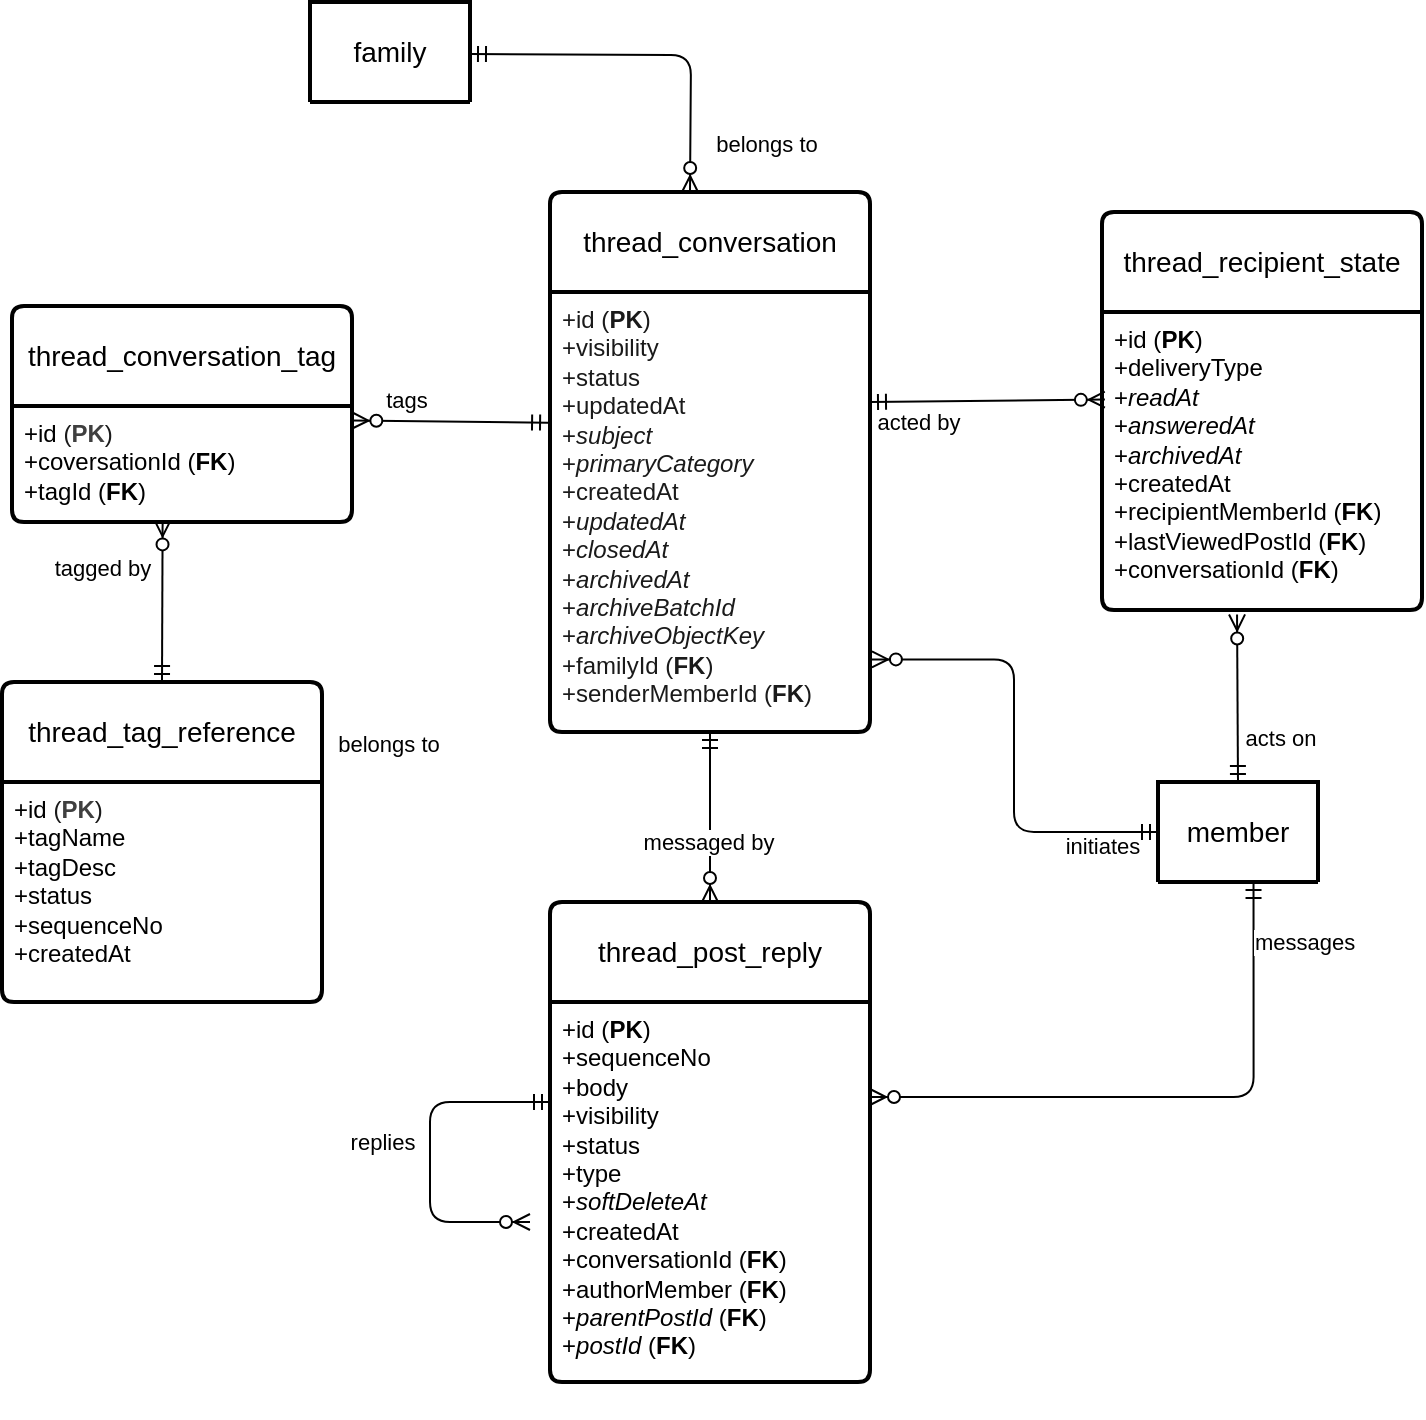
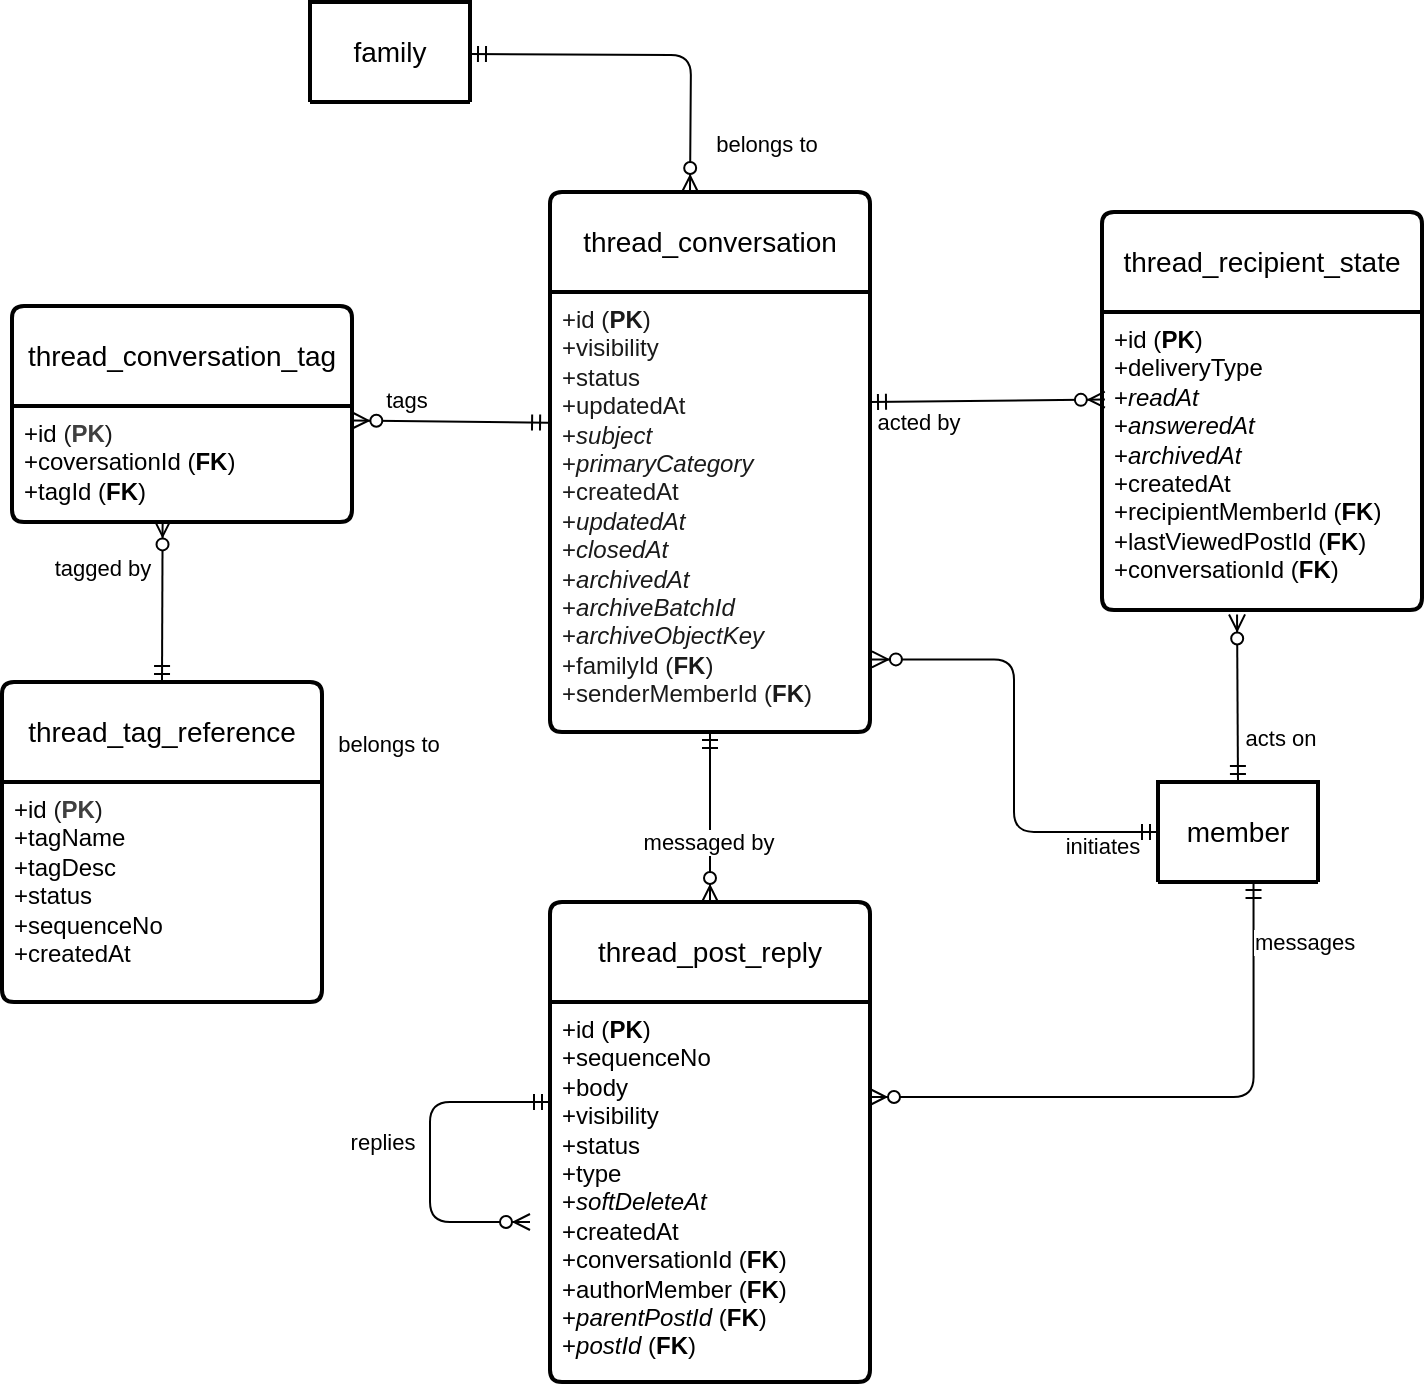
<mxfile host="65bd71144e">
    <diagram id="dIR63-4ekWE_VDctrdEv" name="Page-1">
-         <mxGraphModel dx="731" dy="713" grid="1" gridSize="10" guides="1" tooltips="1" connect="1" arrows="1" fold="1" page="1" pageScale="1" pageWidth="1100" pageHeight="850" math="0" shadow="0">
+         <mxGraphModel dx="666" dy="609" grid="1" gridSize="10" guides="1" tooltips="1" connect="1" arrows="1" fold="1" page="1" pageScale="1" pageWidth="1100" pageHeight="850" math="0" shadow="0">
            <root>
                <mxCell id="0"/>
                <mxCell id="1" parent="0"/>
                <mxCell id="6" value="family" style="swimlane;childLayout=stackLayout;horizontal=1;startSize=50;horizontalStack=0;rounded=1;fontSize=14;fontStyle=0;strokeWidth=2;resizeParent=0;resizeLast=1;shadow=0;dashed=0;align=center;arcSize=4;whiteSpace=wrap;html=1;" parent="1" vertex="1" collapsed="1">
                    <mxGeometry x="200" y="60" width="80" height="50" as="geometry">
                        <mxRectangle x="160" y="230" width="160" height="120" as="alternateBounds"/>
                    </mxGeometry>
                </mxCell>
                <mxCell id="7" value="+id&lt;br&gt;+name&lt;br&gt;+status" style="align=left;strokeColor=none;fillColor=none;spacingLeft=4;fontSize=12;verticalAlign=top;resizable=0;rotatable=0;part=1;html=1;" parent="6" vertex="1">
                    <mxGeometry y="50" width="160" height="70" as="geometry"/>
                </mxCell>
                <mxCell id="8" value="thread_conversation" style="swimlane;childLayout=stackLayout;horizontal=1;startSize=50;horizontalStack=0;rounded=1;fontSize=14;fontStyle=0;strokeWidth=2;resizeParent=0;resizeLast=1;shadow=0;dashed=0;align=center;arcSize=4;whiteSpace=wrap;html=1;" parent="1" vertex="1">
                    <mxGeometry x="320" y="155" width="160" height="270" as="geometry">
                        <mxRectangle x="420" y="130" width="160" height="50" as="alternateBounds"/>
                    </mxGeometry>
                </mxCell>
                <mxCell id="9" value="&lt;font style=&quot;color: rgb(26, 26, 26);&quot;&gt;+id (&lt;b&gt;PK&lt;/b&gt;)&lt;br&gt;+visibility&lt;br&gt;+status&lt;/font&gt;&lt;div&gt;&lt;font style=&quot;color: rgb(26, 26, 26);&quot;&gt;+updatedAt&lt;/font&gt;&lt;/div&gt;&lt;div&gt;&lt;font style=&quot;color: rgb(26, 26, 26);&quot;&gt;+&lt;i&gt;subject&lt;/i&gt;&lt;/font&gt;&lt;/div&gt;&lt;div&gt;&lt;font style=&quot;color: rgb(26, 26, 26);&quot;&gt;+&lt;i&gt;primaryCategory&lt;/i&gt;&lt;/font&gt;&lt;/div&gt;&lt;div&gt;&lt;font style=&quot;color: rgb(26, 26, 26);&quot;&gt;+createdAt&lt;/font&gt;&lt;/div&gt;&lt;div&gt;&lt;font style=&quot;color: rgb(26, 26, 26);&quot;&gt;+&lt;i&gt;updatedAt&lt;/i&gt;&lt;/font&gt;&lt;/div&gt;&lt;div&gt;&lt;font style=&quot;color: rgb(26, 26, 26);&quot;&gt;+&lt;i&gt;closedAt&lt;/i&gt;&lt;/font&gt;&lt;/div&gt;&lt;div&gt;&lt;font style=&quot;color: rgb(26, 26, 26);&quot;&gt;+&lt;i&gt;archivedAt&lt;/i&gt;&lt;/font&gt;&lt;/div&gt;&lt;div&gt;&lt;font style=&quot;color: rgb(26, 26, 26);&quot;&gt;+&lt;i&gt;archiveBatchId&lt;/i&gt;&lt;/font&gt;&lt;/div&gt;&lt;div&gt;&lt;font style=&quot;color: rgb(26, 26, 26);&quot;&gt;+&lt;i&gt;archiveObjectKey&lt;/i&gt;&lt;/font&gt;&lt;/div&gt;&lt;div&gt;&lt;font style=&quot;color: rgb(26, 26, 26);&quot;&gt;+familyId (&lt;b&gt;FK&lt;/b&gt;)&lt;/font&gt;&lt;/div&gt;&lt;div&gt;&lt;font style=&quot;color: rgb(26, 26, 26);&quot;&gt;+senderMemberId (&lt;b&gt;FK&lt;/b&gt;)&lt;/font&gt;&lt;/div&gt;&lt;div&gt;&lt;br&gt;&lt;/div&gt;" style="align=left;strokeColor=none;fillColor=none;spacingLeft=4;fontSize=12;verticalAlign=top;resizable=0;rotatable=0;part=1;html=1;" parent="8" vertex="1">
                    <mxGeometry y="50" width="160" height="220" as="geometry"/>
                </mxCell>
                <mxCell id="12" value="" style="fontSize=12;html=1;endArrow=ERzeroToMany;startArrow=ERmandOne;entryX=0.5;entryY=0;entryDx=0;entryDy=0;edgeStyle=orthogonalEdgeStyle;" parent="1" edge="1">
                    <mxGeometry width="100" height="100" relative="1" as="geometry">
                        <mxPoint x="280" y="86" as="sourcePoint"/>
                        <mxPoint x="390" y="155" as="targetPoint"/>
                    </mxGeometry>
                </mxCell>
                <mxCell id="16" value="belongs to" style="edgeLabel;html=1;align=center;verticalAlign=middle;resizable=0;points=[];" parent="12" vertex="1" connectable="0">
                    <mxGeometry x="-0.6255" y="1" relative="1" as="geometry">
                        <mxPoint x="114" y="46" as="offset"/>
                    </mxGeometry>
                </mxCell>
                <mxCell id="13" value="member" style="swimlane;childLayout=stackLayout;horizontal=1;startSize=50;horizontalStack=0;rounded=1;fontSize=14;fontStyle=0;strokeWidth=2;resizeParent=0;resizeLast=1;shadow=0;dashed=0;align=center;arcSize=4;whiteSpace=wrap;html=1;" parent="1" vertex="1" collapsed="1">
                    <mxGeometry x="624" y="450" width="80" height="50" as="geometry">
                        <mxRectangle x="160" y="380" width="160" height="120" as="alternateBounds"/>
                    </mxGeometry>
                </mxCell>
                <mxCell id="14" value="+id&lt;br&gt;+email&lt;br&gt;+status" style="align=left;strokeColor=none;fillColor=none;spacingLeft=4;fontSize=12;verticalAlign=top;resizable=0;rotatable=0;part=1;html=1;" parent="13" vertex="1">
                    <mxGeometry y="50" width="160" height="70" as="geometry"/>
                </mxCell>
                <mxCell id="15" value="" style="fontSize=12;html=1;endArrow=ERzeroToMany;startArrow=ERmandOne;exitX=0;exitY=0.5;exitDx=0;exitDy=0;entryX=1.006;entryY=0.835;entryDx=0;entryDy=0;entryPerimeter=0;edgeStyle=orthogonalEdgeStyle;" parent="1" source="13" target="9" edge="1">
                    <mxGeometry width="100" height="100" relative="1" as="geometry">
                        <mxPoint x="240" y="460" as="sourcePoint"/>
                        <mxPoint x="340" y="460" as="targetPoint"/>
                    </mxGeometry>
                </mxCell>
                <mxCell id="18" value="thread_post_reply" style="swimlane;childLayout=stackLayout;horizontal=1;startSize=50;horizontalStack=0;rounded=1;fontSize=14;fontStyle=0;strokeWidth=2;resizeParent=0;resizeLast=1;shadow=0;dashed=0;align=center;arcSize=4;whiteSpace=wrap;html=1;" parent="1" vertex="1">
                    <mxGeometry x="320" y="510" width="160" height="240" as="geometry">
                        <mxRectangle x="320" y="460" width="160" height="50" as="alternateBounds"/>
                    </mxGeometry>
                </mxCell>
-                 <mxCell id="19" value="+id (&lt;b&gt;PK&lt;/b&gt;)&lt;br&gt;+sequenceNo&lt;br&gt;+body&lt;div&gt;+visibility&lt;/div&gt;&lt;div&gt;+status&lt;/div&gt;&lt;div&gt;+type&lt;/div&gt;&lt;div&gt;+&lt;i&gt;softDeleteAt&lt;/i&gt;&lt;/div&gt;&lt;div&gt;+createdAt&lt;/div&gt;&lt;div&gt;+conversationId (&lt;b&gt;FK&lt;/b&gt;)&lt;/div&gt;&lt;div&gt;+authorMember (&lt;b&gt;FK&lt;/b&gt;)&lt;/div&gt;&lt;div&gt;+&lt;i&gt;parentPostId &lt;/i&gt;(&lt;b&gt;FK&lt;/b&gt;)&lt;/div&gt;&lt;div&gt;+&lt;i&gt;postId &lt;/i&gt;(&lt;b&gt;FK&lt;/b&gt;)&lt;/div&gt;&lt;div&gt;&lt;br&gt;&lt;/div&gt;&lt;div&gt;&lt;br&gt;&lt;/div&gt;" style="align=left;strokeColor=none;fillColor=none;spacingLeft=4;fontSize=12;verticalAlign=top;resizable=0;rotatable=0;part=1;html=1;" parent="18" vertex="1">
+                 <mxCell id="19" value="+id (&lt;b&gt;PK&lt;/b&gt;)&lt;br&gt;+sequenceNo&lt;br&gt;+body&lt;div&gt;+visibility&lt;/div&gt;&lt;div&gt;+status&lt;/div&gt;&lt;div&gt;+type&lt;/div&gt;&lt;div&gt;+&lt;i&gt;softDeleteAt&lt;/i&gt;&lt;/div&gt;&lt;div&gt;+createdAt&lt;/div&gt;&lt;div&gt;+conversationId (&lt;b&gt;FK&lt;/b&gt;)&lt;/div&gt;&lt;div&gt;+authorMember (&lt;b&gt;FK&lt;/b&gt;)&lt;/div&gt;&lt;div&gt;+&lt;i&gt;parentPostId &lt;/i&gt;(&lt;b&gt;FK&lt;/b&gt;)&lt;/div&gt;&lt;div&gt;+&lt;i&gt;postId &lt;/i&gt;(&lt;b&gt;FK&lt;/b&gt;)&lt;/div&gt;" style="align=left;strokeColor=none;fillColor=none;spacingLeft=4;fontSize=12;verticalAlign=top;resizable=0;rotatable=0;part=1;html=1;" parent="18" vertex="1">
                    <mxGeometry y="50" width="160" height="190" as="geometry"/>
                </mxCell>
                <mxCell id="21" value="" style="fontSize=12;html=1;endArrow=ERzeroToMany;startArrow=ERmandOne;exitX=0.597;exitY=1;exitDx=0;exitDy=0;edgeStyle=orthogonalEdgeStyle;entryX=1;entryY=0.25;entryDx=0;entryDy=0;exitPerimeter=0;" parent="1" source="13" target="19" edge="1">
                    <mxGeometry width="100" height="100" relative="1" as="geometry">
                        <mxPoint x="734.8" y="568.72" as="sourcePoint"/>
                        <mxPoint x="510.00000000000006" y="681.28" as="targetPoint"/>
                    </mxGeometry>
                </mxCell>
                <mxCell id="22" value="initiates" style="edgeLabel;html=1;align=center;verticalAlign=middle;resizable=0;points=[];" parent="21" vertex="1" connectable="0">
                    <mxGeometry x="-0.594" y="1" relative="1" as="geometry">
                        <mxPoint x="-77" y="-79" as="offset"/>
                    </mxGeometry>
                </mxCell>
                <mxCell id="25" value="" style="fontSize=12;html=1;endArrow=ERzeroToMany;startArrow=ERmandOne;exitX=0.5;exitY=1;exitDx=0;exitDy=0;entryX=0.5;entryY=0;entryDx=0;entryDy=0;edgeStyle=orthogonalEdgeStyle;" parent="1" source="9" target="18" edge="1">
                    <mxGeometry width="100" height="100" relative="1" as="geometry">
                        <mxPoint x="120" y="500" as="sourcePoint"/>
                        <mxPoint x="330" y="649" as="targetPoint"/>
                        <Array as="points">
                            <mxPoint x="400" y="450"/>
                            <mxPoint x="400" y="450"/>
                        </Array>
                    </mxGeometry>
                </mxCell>
                <mxCell id="27" value="messaged by" style="edgeLabel;html=1;align=center;verticalAlign=middle;resizable=0;points=[];" parent="25" vertex="1" connectable="0">
                    <mxGeometry x="-0.3824" y="-1" relative="1" as="geometry">
                        <mxPoint y="29" as="offset"/>
                    </mxGeometry>
                </mxCell>
                <mxCell id="28" value="thread_recipient_state" style="swimlane;childLayout=stackLayout;horizontal=1;startSize=50;horizontalStack=0;rounded=1;fontSize=14;fontStyle=0;strokeWidth=2;resizeParent=0;resizeLast=1;shadow=0;dashed=0;align=center;arcSize=4;whiteSpace=wrap;html=1;" parent="1" vertex="1">
                    <mxGeometry x="596" y="165" width="160" height="199" as="geometry">
                        <mxRectangle x="320" y="460" width="160" height="50" as="alternateBounds"/>
                    </mxGeometry>
                </mxCell>
                <mxCell id="29" value="+id (&lt;b&gt;PK&lt;/b&gt;)&lt;br&gt;+deliveryType&lt;br&gt;&lt;div&gt;+&lt;i&gt;readAt&lt;/i&gt;&lt;/div&gt;&lt;div&gt;+&lt;i&gt;answeredAt&lt;/i&gt;&lt;/div&gt;&lt;div&gt;+&lt;i&gt;archivedAt&lt;/i&gt;&lt;/div&gt;&lt;div&gt;+createdAt&lt;/div&gt;&lt;div&gt;+recipientMemberId (&lt;b&gt;FK&lt;/b&gt;)&lt;/div&gt;&lt;div&gt;+lastViewedPostId (&lt;b&gt;FK&lt;/b&gt;)&lt;/div&gt;&lt;div&gt;+conversationId (&lt;b&gt;FK&lt;/b&gt;)&lt;/div&gt;&lt;div&gt;&lt;br&gt;&lt;/div&gt;&lt;div&gt;&lt;br&gt;&lt;/div&gt;" style="align=left;strokeColor=none;fillColor=none;spacingLeft=4;fontSize=12;verticalAlign=top;resizable=0;rotatable=0;part=1;html=1;" parent="28" vertex="1">
                    <mxGeometry y="50" width="160" height="149" as="geometry"/>
                </mxCell>
                <mxCell id="30" value="" style="fontSize=12;html=1;endArrow=ERzeroToMany;startArrow=ERmandOne;exitX=1;exitY=0.25;exitDx=0;exitDy=0;entryX=0.009;entryY=0.294;entryDx=0;entryDy=0;entryPerimeter=0;" parent="1" source="9" target="29" edge="1">
                    <mxGeometry width="100" height="100" relative="1" as="geometry">
                        <mxPoint x="530" y="265" as="sourcePoint"/>
                        <mxPoint x="620" y="360" as="targetPoint"/>
                    </mxGeometry>
                </mxCell>
                <mxCell id="32" value="messages" style="edgeLabel;html=1;align=center;verticalAlign=middle;resizable=0;points=[];" parent="30" vertex="1" connectable="0">
                    <mxGeometry x="-0.3824" y="-1" relative="1" as="geometry">
                        <mxPoint x="180" y="269" as="offset"/>
                    </mxGeometry>
                </mxCell>
                <mxCell id="39" value="acted by" style="edgeLabel;html=1;align=center;verticalAlign=middle;resizable=0;points=[];" parent="30" vertex="1" connectable="0">
                    <mxGeometry x="-0.7026" relative="1" as="geometry">
                        <mxPoint x="6" y="10" as="offset"/>
                    </mxGeometry>
                </mxCell>
                <mxCell id="33" value="" style="fontSize=12;html=1;endArrow=ERzeroToMany;startArrow=ERmandOne;exitX=0.5;exitY=0;exitDx=0;exitDy=0;entryX=0.422;entryY=1.015;entryDx=0;entryDy=0;entryPerimeter=0;" parent="1" source="13" target="29" edge="1">
                    <mxGeometry width="100" height="100" relative="1" as="geometry">
                        <mxPoint x="215" y="476" as="sourcePoint"/>
                        <mxPoint x="726" y="420" as="targetPoint"/>
                    </mxGeometry>
                </mxCell>
                <mxCell id="38" value="acts on" style="edgeLabel;html=1;align=center;verticalAlign=middle;resizable=0;points=[];" parent="33" vertex="1" connectable="0">
                    <mxGeometry x="0.0509" y="-2" relative="1" as="geometry">
                        <mxPoint x="19" y="22" as="offset"/>
                    </mxGeometry>
                </mxCell>
                <mxCell id="40" value="thread_tag_reference" style="swimlane;childLayout=stackLayout;horizontal=1;startSize=50;horizontalStack=0;rounded=1;fontSize=14;fontStyle=0;strokeWidth=2;resizeParent=0;resizeLast=1;shadow=0;dashed=0;align=center;arcSize=4;whiteSpace=wrap;html=1;" parent="1" vertex="1">
                    <mxGeometry x="46" y="400" width="160" height="160" as="geometry">
                        <mxRectangle x="30" y="320" width="100" height="160" as="alternateBounds"/>
                    </mxGeometry>
                </mxCell>
                <mxCell id="41" value="+id&lt;span style=&quot;color: rgb(26, 26, 26);&quot;&gt;&amp;nbsp;(&lt;/span&gt;&lt;b style=&quot;color: rgb(63, 63, 63); scrollbar-color: rgb(226, 226, 226) rgb(251, 251, 251);&quot;&gt;PK&lt;/b&gt;&lt;span style=&quot;color: rgb(26, 26, 26);&quot;&gt;)&lt;/span&gt;&lt;br&gt;+tagName&lt;br&gt;+tagDesc&lt;div&gt;&lt;font color=&quot;#000000&quot;&gt;+status&lt;/font&gt;&lt;/div&gt;&lt;div&gt;&lt;font color=&quot;#000000&quot;&gt;+sequenceNo&lt;br&gt;&lt;/font&gt;&lt;div&gt;+createdAt&lt;/div&gt;&lt;/div&gt;" style="align=left;strokeColor=none;fillColor=none;spacingLeft=4;fontSize=12;verticalAlign=top;resizable=0;rotatable=0;part=1;html=1;" parent="40" vertex="1">
                    <mxGeometry y="50" width="160" height="110" as="geometry"/>
                </mxCell>
                <mxCell id="42" value="thread_conversation_tag" style="swimlane;childLayout=stackLayout;horizontal=1;startSize=50;horizontalStack=0;rounded=1;fontSize=14;fontStyle=0;strokeWidth=2;resizeParent=0;resizeLast=1;shadow=0;dashed=0;align=center;arcSize=4;whiteSpace=wrap;html=1;" parent="1" vertex="1">
                    <mxGeometry x="51" y="212" width="170" height="108" as="geometry">
                        <mxRectangle x="30" y="320" width="100" height="160" as="alternateBounds"/>
                    </mxGeometry>
                </mxCell>
                <mxCell id="43" value="+id&lt;span style=&quot;color: rgb(26, 26, 26);&quot;&gt;&amp;nbsp;(&lt;/span&gt;&lt;b style=&quot;color: rgb(63, 63, 63); scrollbar-color: rgb(226, 226, 226) rgb(251, 251, 251);&quot;&gt;PK&lt;/b&gt;&lt;span style=&quot;color: rgb(26, 26, 26);&quot;&gt;)&lt;/span&gt;&lt;br&gt;+coversationId (&lt;b&gt;FK&lt;/b&gt;)&lt;br&gt;+tagId (&lt;b&gt;FK&lt;/b&gt;)&lt;div&gt;&lt;br&gt;&lt;/div&gt;" style="align=left;strokeColor=none;fillColor=none;spacingLeft=4;fontSize=12;verticalAlign=top;resizable=0;rotatable=0;part=1;html=1;" parent="42" vertex="1">
                    <mxGeometry y="50" width="170" height="58" as="geometry"/>
                </mxCell>
                <mxCell id="44" value="" style="fontSize=12;html=1;endArrow=ERzeroToMany;startArrow=ERmandOne;entryX=1.001;entryY=0.125;entryDx=0;entryDy=0;exitX=-0.006;exitY=0.297;exitDx=0;exitDy=0;exitPerimeter=0;entryPerimeter=0;" parent="1" source="9" target="43" edge="1">
                    <mxGeometry width="100" height="100" relative="1" as="geometry">
                        <mxPoint x="130" y="140" as="sourcePoint"/>
                        <mxPoint x="240" y="209" as="targetPoint"/>
                    </mxGeometry>
                </mxCell>
                <mxCell id="49" value="tags" style="edgeLabel;html=1;align=center;verticalAlign=middle;resizable=0;points=[];" parent="44" vertex="1" connectable="0">
                    <mxGeometry x="0.3968" y="-1" relative="1" as="geometry">
                        <mxPoint x="-3" y="-10" as="offset"/>
                    </mxGeometry>
                </mxCell>
                <mxCell id="46" value="" style="fontSize=12;html=1;endArrow=ERzeroToMany;startArrow=ERmandOne;entryX=0.443;entryY=0.986;entryDx=0;entryDy=0;exitX=0.5;exitY=0;exitDx=0;exitDy=0;entryPerimeter=0;" parent="1" source="40" target="43" edge="1">
                    <mxGeometry width="100" height="100" relative="1" as="geometry">
                        <mxPoint x="320" y="359" as="sourcePoint"/>
                        <mxPoint x="211" y="360" as="targetPoint"/>
                    </mxGeometry>
                </mxCell>
                <mxCell id="47" value="belongs to" style="edgeLabel;html=1;align=center;verticalAlign=middle;resizable=0;points=[];" parent="46" vertex="1" connectable="0">
                    <mxGeometry x="-0.6255" y="1" relative="1" as="geometry">
                        <mxPoint x="114" y="46" as="offset"/>
                    </mxGeometry>
                </mxCell>
                <mxCell id="48" value="tagged by" style="edgeLabel;html=1;align=center;verticalAlign=middle;resizable=0;points=[];" parent="46" vertex="1" connectable="0">
                    <mxGeometry x="0.2758" y="1" relative="1" as="geometry">
                        <mxPoint x="-29" y="-6" as="offset"/>
                    </mxGeometry>
                </mxCell>
                <mxCell id="36" value="" style="fontSize=12;html=1;endArrow=ERzeroToMany;startArrow=ERmandOne;edgeStyle=elbowEdgeStyle;" parent="1" edge="1">
                    <mxGeometry width="100" height="100" relative="1" as="geometry">
                        <mxPoint x="320" y="610" as="sourcePoint"/>
                        <mxPoint x="310" y="670" as="targetPoint"/>
                        <Array as="points">
                            <mxPoint x="260" y="630"/>
                        </Array>
                    </mxGeometry>
                </mxCell>
                <mxCell id="37" value="replies" style="edgeLabel;html=1;align=center;verticalAlign=middle;resizable=0;points=[];" parent="36" vertex="1" connectable="0">
                    <mxGeometry x="-0.728" relative="1" as="geometry">
                        <mxPoint x="-61" y="20" as="offset"/>
                    </mxGeometry>
                </mxCell>
            </root>
        </mxGraphModel>
    </diagram>
</mxfile>